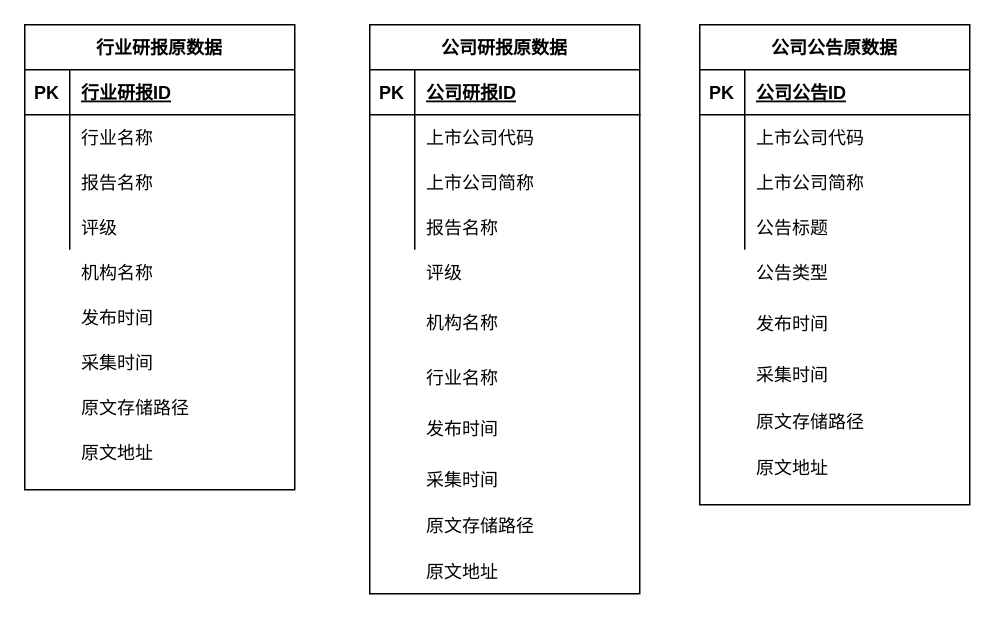
JJFatherL/biyesheji keeps this draw.io diagram as tupian/行业研报原数据表结构.drawio. Above is the earlier version. Source tidied: cells renumbered, new cells numbered last; positions are measured from the earlier drawing's top-left corner, leaving out a move shared by most shapes. Both pictures are drawn from the tidied source at 150%, with x=0, y=0 at pixel (24, 24).
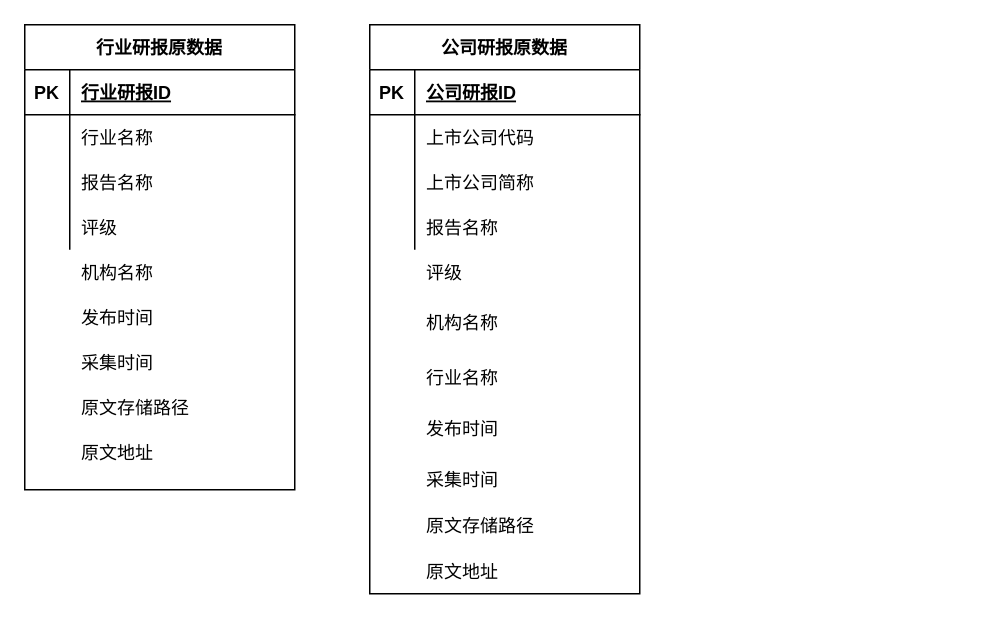
Above is the later version.

Commit message:
更新行业研报原数据表结构.drawio

Unchanged cells that the change refers to:
```xml
<mxCell id="2" style="group;" parent="1" vertex="1">
  <mxGeometry width="180" height="310" as="geometry" />
</mxCell>
```

What changed in the source:
```diff
@@
-    <mxCell id="16" style="shape=partialRectangle;fillColor=none;top=0;left=0;bottom=0;right=0;overflow=hidden;" parent="2" vertex="1">
+    <mxCell id="16" style="shape=partialRectangle;fillColor=none;top=0;left=0;bottom=0;right=0;overflow=hidden;labelBorderColor=default;" parent="2" vertex="1">
       <mxGeometry y="150" width="30" height="30" as="geometry" />
     </mxCell>
@@
-    <mxCell id="52" style="group;" parent="1" vertex="1">
-      <mxGeometry x="450" width="180" height="367.1" as="geometry" />
-    </mxCell>
-    <mxCell id="53" value="公司公告原数据" style="shape=table;startSize=30;childLayout=tableLayout;rowLines=0;fontStyle=1;align=center;" parent="52" vertex="1">
-      <mxGeometry width="180" height="320" as="geometry" />
-    </mxCell>
-    <mxCell id="54" style="shape=partialRectangle;fillColor=none;top=0;left=0;bottom=1;right=0;" parent="53" vertex="1">
-      <mxGeometry y="30" width="180" height="30" as="geometry" />
-    </mxCell>
-    <mxCell id="55" value="PK" style="shape=partialRectangle;fillColor=none;top=0;left=0;bottom=0;right=0;fontStyle=1;overflow=hidden;" parent="54" vertex="1">
-      <mxGeometry width="30" height="30" as="geometry" />
-    </mxCell>
-    <mxCell id="56" value="公司公告ID" style="shape=partialRectangle;fillColor=none;top=0;left=0;bottom=0;right=0;align=left;spacingLeft=6;fontStyle=5;overflow=hidden;" parent="54" vertex="1">
-      <mxGeometry x="30" width="150" height="30" as="geometry" />
-    </mxCell>
-    <mxCell id="57" style="shape=partialRectangle;fillColor=none;top=0;left=0;bottom=0;right=0;" parent="53" vertex="1">
-      <mxGeometry y="60" width="180" height="30" as="geometry" />
-    </mxCell>
-    <mxCell id="58" style="shape=partialRectangle;fillColor=none;top=0;left=0;bottom=0;right=0;overflow=hidden;" parent="57" vertex="1">
-      <mxGeometry width="30" height="30" as="geometry" />
-    </mxCell>
-    <mxCell id="59" value="上市公司代码" style="shape=partialRectangle;fillColor=none;top=0;left=0;bottom=0;right=0;align=left;spacingLeft=6;overflow=hidden;" parent="57" vertex="1">
-      <mxGeometry x="30" width="150" height="30" as="geometry" />
-    </mxCell>
-    <mxCell id="60" style="shape=partialRectangle;fillColor=none;top=0;left=0;bottom=0;right=0;" parent="53" vertex="1">
-      <mxGeometry y="90" width="180" height="30" as="geometry" />
-    </mxCell>
-    <mxCell id="61" style="shape=partialRectangle;fillColor=none;top=0;left=0;bottom=0;right=0;overflow=hidden;" parent="60" vertex="1">
-      <mxGeometry width="30" height="30" as="geometry" />
-    </mxCell>
-    <mxCell id="62" value="上市公司简称" style="shape=partialRectangle;fillColor=none;top=0;left=0;bottom=0;right=0;align=left;spacingLeft=6;overflow=hidden;" parent="60" vertex="1">
-      <mxGeometry x="30" width="150" height="30" as="geometry" />
-    </mxCell>
-    <mxCell id="63" style="shape=partialRectangle;fillColor=none;top=0;left=0;bottom=0;right=0;" parent="53" vertex="1">
-      <mxGeometry y="120" width="180" height="30" as="geometry" />
-    </mxCell>
-    <mxCell id="64" style="shape=partialRectangle;fillColor=none;top=0;left=0;bottom=0;right=0;overflow=hidden;" parent="63" vertex="1">
-      <mxGeometry width="30" height="30" as="geometry" />
-    </mxCell>
-    <mxCell id="65" value="公告标题" style="shape=partialRectangle;fillColor=none;top=0;left=0;bottom=0;right=0;align=left;spacingLeft=6;overflow=hidden;" parent="63" vertex="1">
-      <mxGeometry x="30" width="150" height="30" as="geometry" />
-    </mxCell>
-    <mxCell id="66" style="shape=partialRectangle;fillColor=none;top=0;left=0;bottom=0;right=0;overflow=hidden;" parent="52" vertex="1">
-      <mxGeometry y="183.5" width="30" height="36.7" as="geometry" />
-    </mxCell>
-    <mxCell id="67" value="公告类型" style="shape=partialRectangle;fillColor=none;top=0;left=0;bottom=0;right=0;align=left;spacingLeft=6;overflow=hidden;" parent="52" vertex="1">
-      <mxGeometry x="30" y="146.8" width="150" height="36.7" as="geometry" />
-    </mxCell>
-    <mxCell id="68" style="shape=partialRectangle;fillColor=none;top=0;left=0;bottom=0;right=0;overflow=hidden;" parent="52" vertex="1">
-      <mxGeometry y="220.3" width="30" height="36.7" as="geometry" />
-    </mxCell>
-    <mxCell id="69" style="shape=partialRectangle;fillColor=none;top=0;left=0;bottom=0;right=0;overflow=hidden;" parent="52" vertex="1">
-      <mxGeometry y="257" width="30" height="36.7" as="geometry" />
-    </mxCell>
-    <mxCell id="70" style="shape=partialRectangle;fillColor=none;top=0;left=0;bottom=0;right=0;overflow=hidden;" parent="52" vertex="1">
-      <mxGeometry y="293.7" width="30" height="36.7" as="geometry" />
-    </mxCell>
-    <mxCell id="71" style="shape=partialRectangle;fillColor=none;top=0;left=0;bottom=0;right=0;overflow=hidden;" parent="52" vertex="1">
-      <mxGeometry y="330.4" width="30" height="36.7" as="geometry" />
-    </mxCell>
-    <mxCell id="72" value="发布时间" style="shape=partialRectangle;fillColor=none;top=0;left=0;bottom=0;right=0;align=left;spacingLeft=6;overflow=hidden;" parent="52" vertex="1">
-      <mxGeometry x="30" y="183.5" width="150" height="30.8" as="geometry" />
-    </mxCell>
-    <mxCell id="73" value="采集时间" style="shape=partialRectangle;fillColor=none;top=0;left=0;bottom=0;right=0;align=left;spacingLeft=6;overflow=hidden;" parent="52" vertex="1">
-      <mxGeometry x="30" y="217.9" width="150" height="30.8" as="geometry" />
-    </mxCell>
-    <mxCell id="74" value="原文存储路径" style="shape=partialRectangle;fillColor=none;top=0;left=0;bottom=0;right=0;align=left;spacingLeft=6;overflow=hidden;" parent="52" vertex="1">
-      <mxGeometry x="30" y="248.6" width="150" height="30.8" as="geometry" />
-    </mxCell>
-    <mxCell id="75" value="原文地址" style="shape=partialRectangle;fillColor=none;top=0;left=0;bottom=0;right=0;align=left;spacingLeft=6;overflow=hidden;" parent="52" vertex="1">
-      <mxGeometry x="30" y="279.4" width="150" height="30.8" as="geometry" />
-    </mxCell>
```
